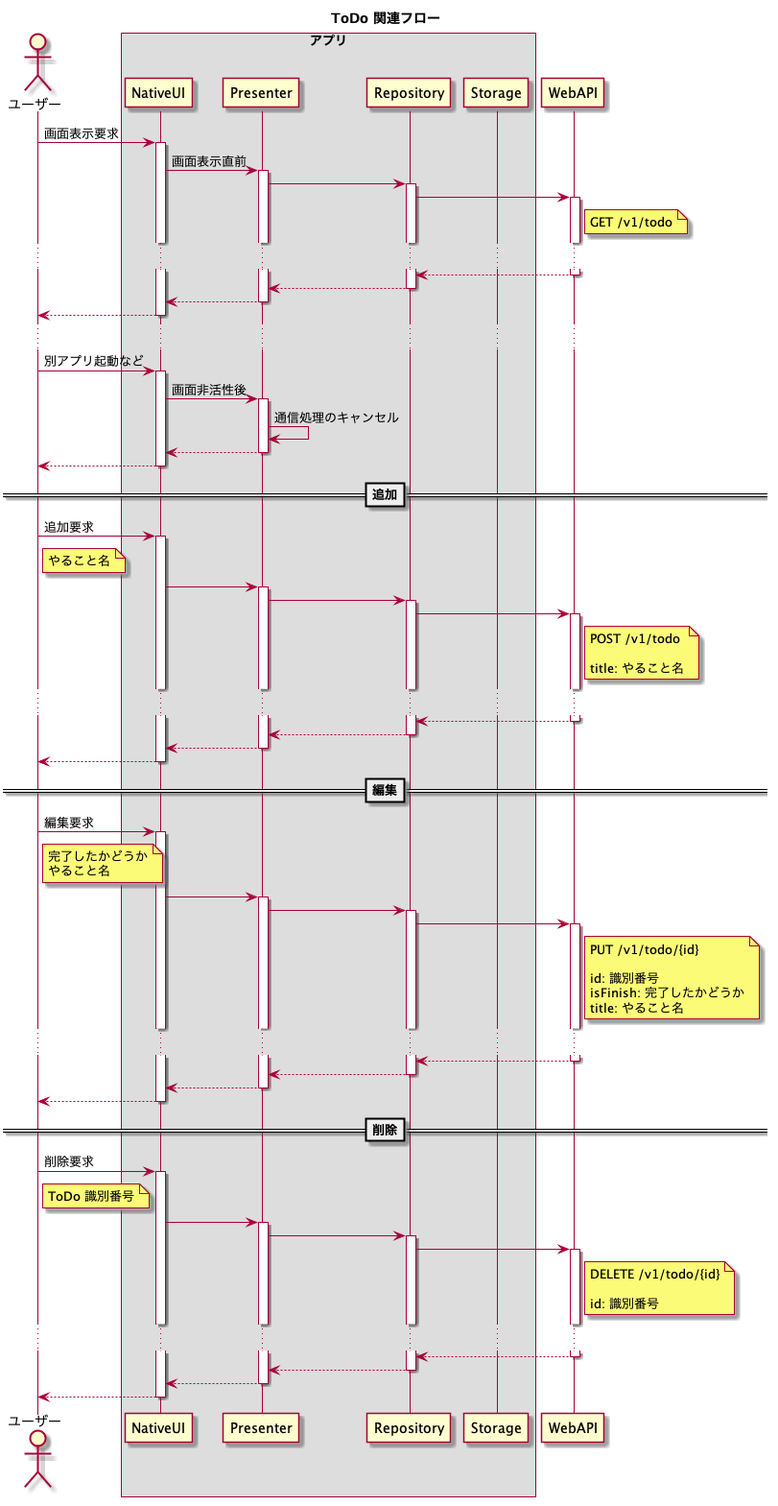
tshion/XAppRecipe keeps this PlantUML diagram as docs/uml/ToDo関連フロー.png. Above is the earlier version.
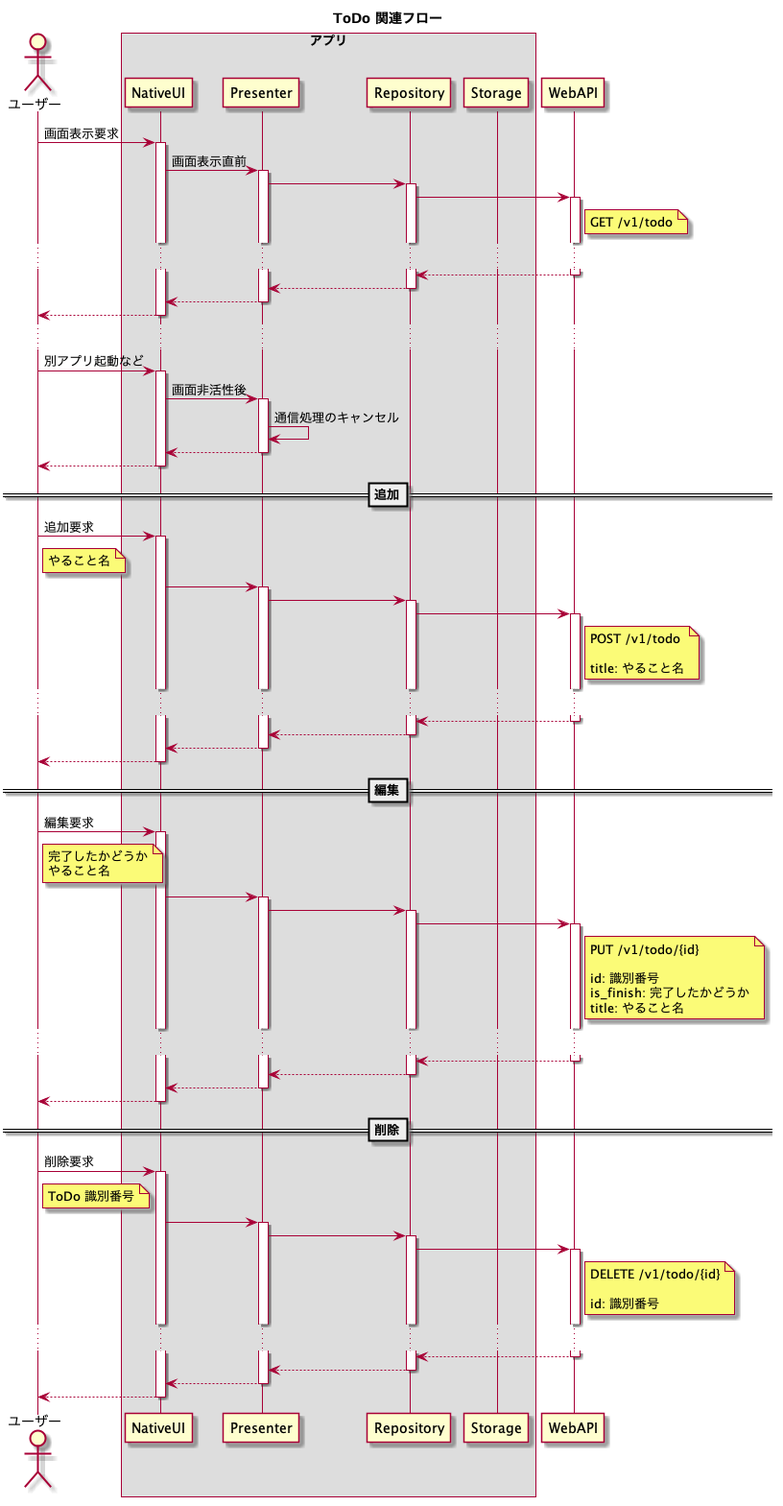
The same file after the commit.

Diff of the diagram source:
```diff
@@ -90,7 +90,7 @@
     PUT /v1/todo/{id}
 
     id: 識別番号
-    isFinish: 完了したかどうか
+    is_finish: 完了したかどうか
     title: やること名
 end note
 ...
```
